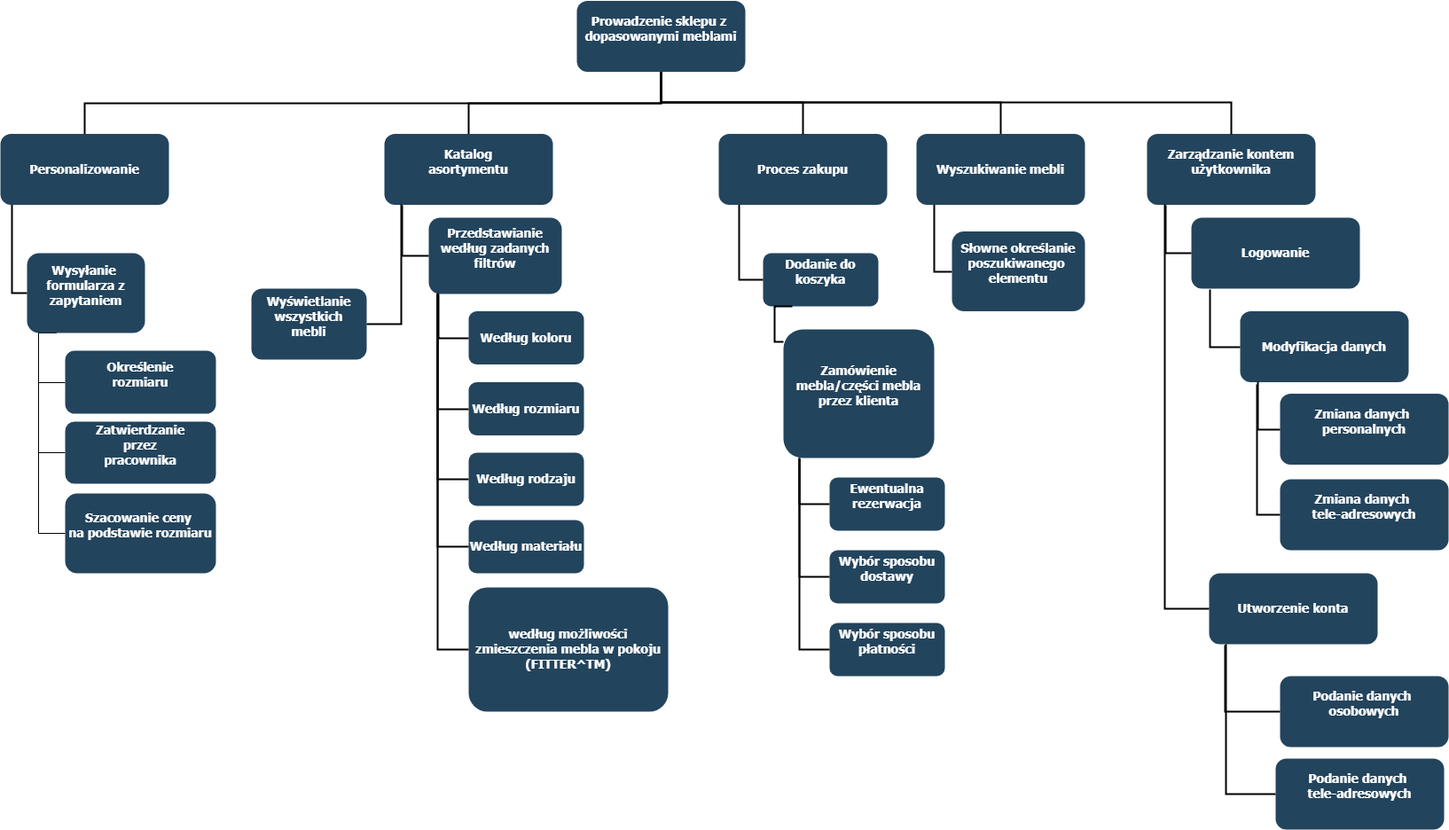
Before: DHF/Function Hierarchy Diagram.png, a diagram exported from draw.io (tania-sila-robocza/Meblex-Docs). Source tidied: cells renumbered, new cells last; positions are measured from the earlier drawing's top-left corner, leaving out a move shared by most shapes.
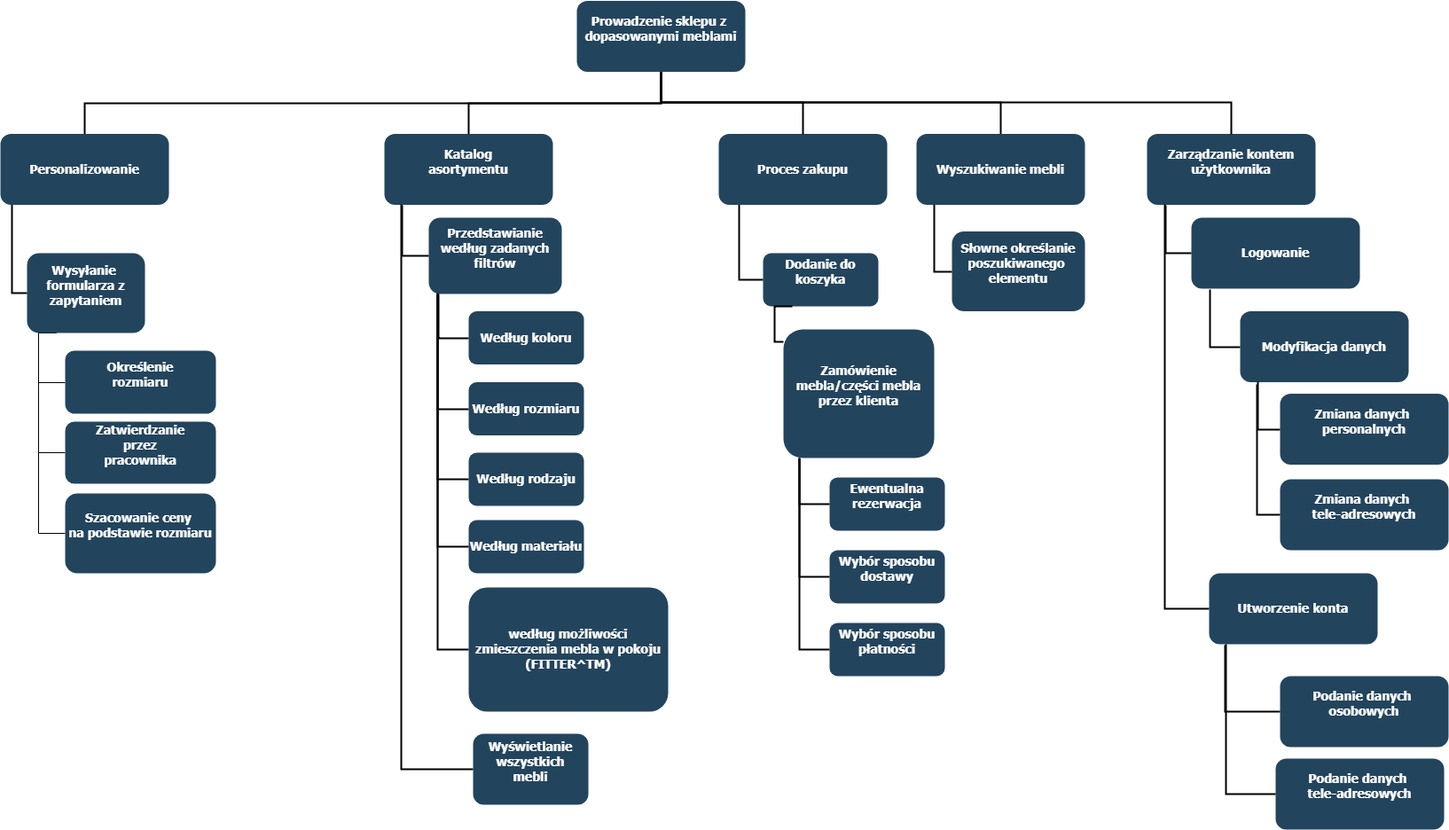
The same file after the commit.

Commit message:
Added Function Hierarchy Diagram

What changed in the source:
```diff
@@ -56,7 +56,7 @@
       <mxGeometry x="483" y="244" width="150" height="86" as="geometry" />
     </mxCell>
     <mxCell id="13" value="Wyświetlanie&#10;wszystkich&#10;mebli&#10;" style="rounded=1;fillColor=#23445D;gradientColor=none;strokeColor=none;fontColor=#FFFFFF;fontStyle=1;fontFamily=Tahoma;fontSize=14;" parent="1" vertex="1">
-      <mxGeometry x="283" y="324" width="130" height="80" as="geometry" />
+      <mxGeometry x="533" y="826" width="130" height="80" as="geometry" />
     </mxCell>
     <mxCell id="14" value="Według koloru" style="rounded=1;fillColor=#23445D;gradientColor=none;strokeColor=none;fontColor=#FFFFFF;fontStyle=1;fontFamily=Tahoma;fontSize=14;" parent="1" vertex="1">
       <mxGeometry x="528" y="349.5" width="130" height="60" as="geometry" />
@@ -134,9 +134,10 @@
     <mxCell id="28" value="Szacowanie ceny &#10;na podstawie rozmiaru&#10;" style="rounded=1;fillColor=#23445D;gradientColor=none;strokeColor=none;fontColor=#FFFFFF;fontStyle=1;fontFamily=Tahoma;fontSize=14;" parent="1" vertex="1">
       <mxGeometry x="73" y="555" width="170" height="90" as="geometry" />
     </mxCell>
-    <mxCell id="29" style="edgeStyle=elbowEdgeStyle;elbow=vertical;strokeWidth=2;rounded=0;entryX=1;entryY=0.5;entryDx=0;entryDy=0;exitX=0.099;exitY=0.994;exitDx=0;exitDy=0;exitPerimeter=0;endArrow=none;endFill=0;" parent="1" edge="1" source="6" target="13">
+    <mxCell id="29" style="edgeStyle=elbowEdgeStyle;elbow=vertical;strokeWidth=2;rounded=0;exitX=0.099;exitY=0.994;exitDx=0;exitDy=0;exitPerimeter=0;endArrow=none;endFill=0;entryX=0;entryY=0.5;entryDx=0;entryDy=0;" parent="1" edge="1" source="6" target="13">
       <mxGeometry x="-23" y="239" as="geometry">
         <Array as="points">
+          <mxPoint x="473" y="866" />
           <mxPoint x="443" y="364" />
           <mxPoint x="433" y="363" />
           <mxPoint x="283" y="343" />
```
